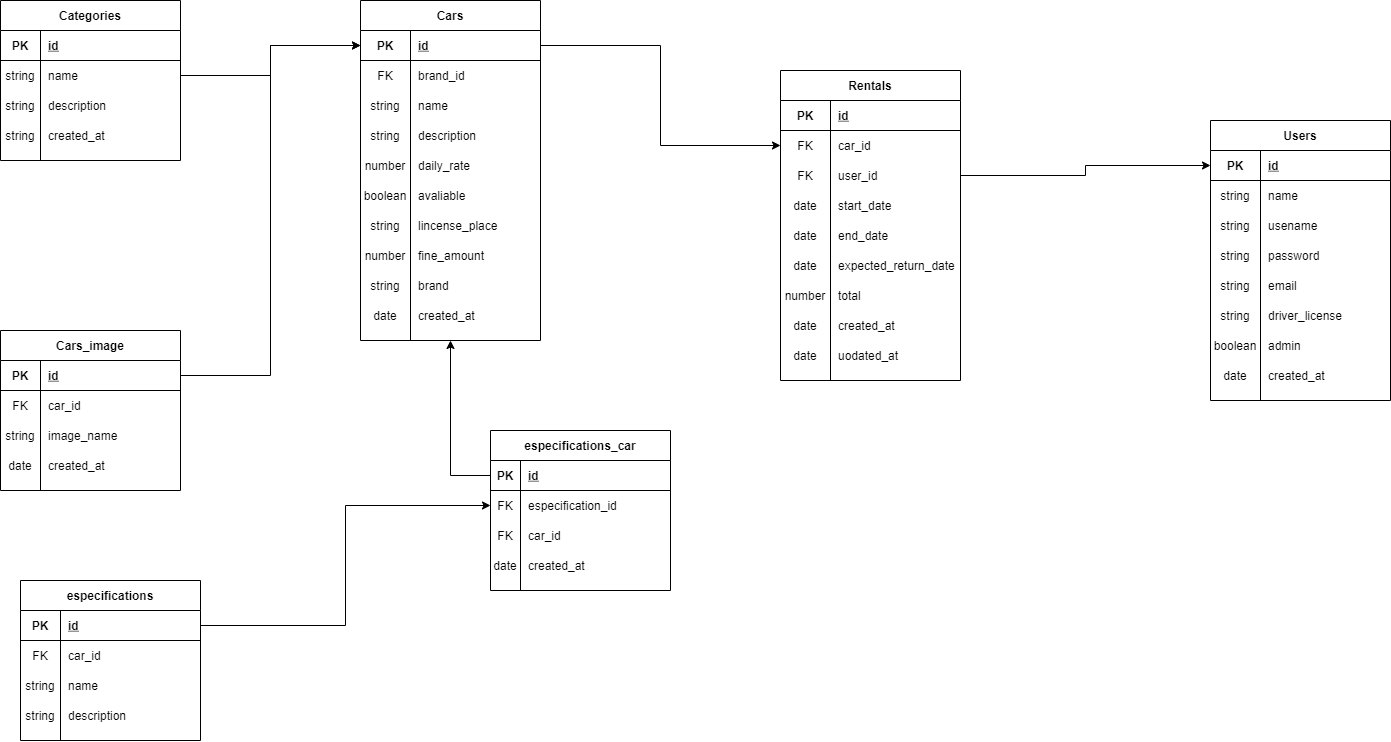
Before: Diagram.png, a diagram exported from draw.io (MatheusFellipi/Estudos_typescript). Source tidied: cells renumbered, new cells last; positions are measured from the earlier drawing's top-left corner, leaving out a move shared by most shapes.
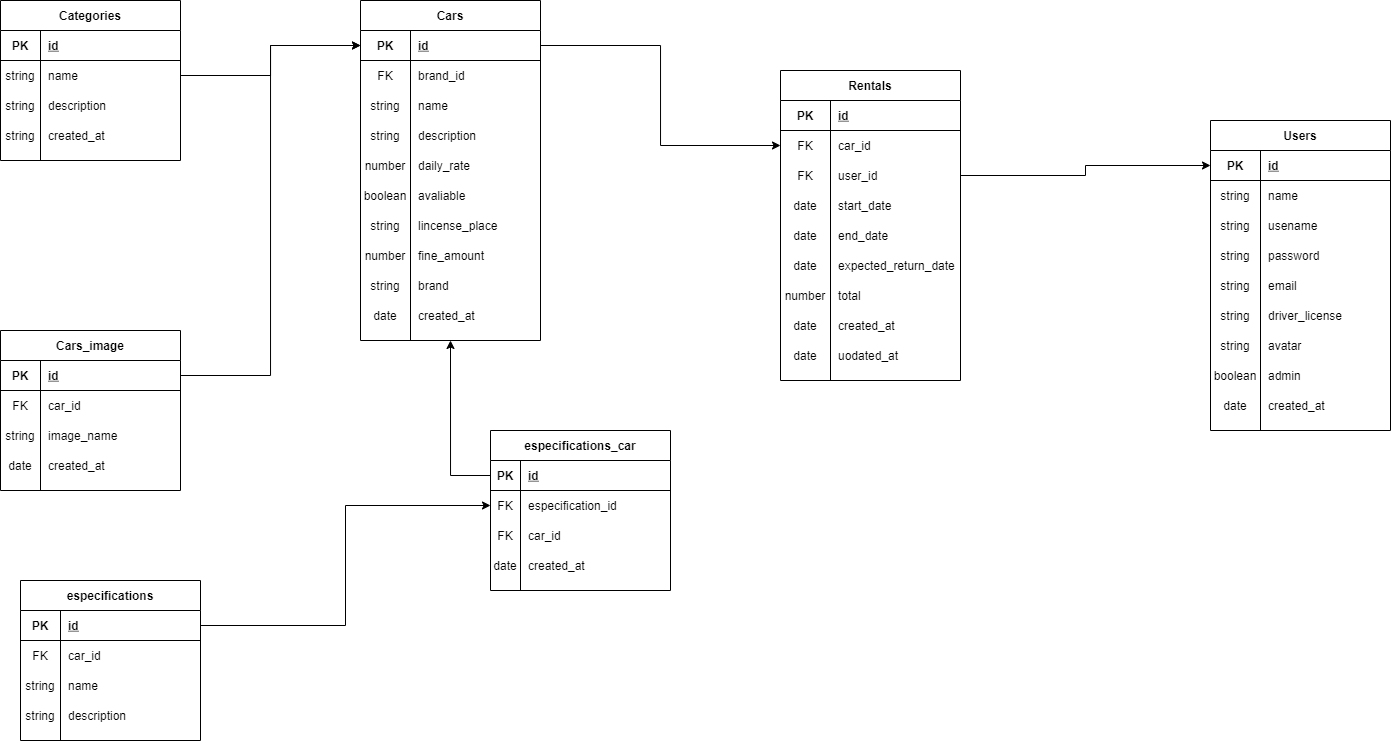
The same file after the commit.

Change to the diagram source:
```diff
@@ -351,7 +351,7 @@
       <mxGeometry relative="1" as="geometry" />
     </mxCell>
     <mxCell id="118" value="Users" style="shape=table;startSize=30;rowLines=0;fontStyle=1;align=center;" parent="1" vertex="1">
-      <mxGeometry x="1210" y="120" width="180" height="280" as="geometry" />
+      <mxGeometry x="1210" y="120" width="180" height="310" as="geometry" />
     </mxCell>
     <mxCell id="119" style="shape=partialRectangle;fillColor=none;top=0;left=0;bottom=1;right=0;points=[[0,0.5],[1,0.5]];portConstraint=eastwest;" parent="118" vertex="1">
       <mxGeometry y="30" width="180" height="30" as="geometry" />
@@ -407,8 +407,17 @@
     <mxCell id="136" value="driver_license" style="shape=partialRectangle;fillColor=none;top=0;left=0;bottom=0;right=0;align=left;spacingLeft=6;overflow=hidden;" parent="134" vertex="1">
       <mxGeometry x="50" width="130" height="30" as="geometry" />
     </mxCell>
+    <mxCell id="144" style="shape=partialRectangle;fillColor=none;top=0;left=0;bottom=0;right=0;" parent="118" vertex="1">
+      <mxGeometry y="210" width="180" height="30" as="geometry" />
+    </mxCell>
+    <mxCell id="145" value="string" style="shape=partialRectangle;fillColor=none;top=0;left=0;bottom=0;right=0;overflow=hidden;" parent="144" vertex="1">
+      <mxGeometry width="50" height="30" as="geometry" />
+    </mxCell>
+    <mxCell id="146" value="avatar" style="shape=partialRectangle;fillColor=none;top=0;left=0;bottom=0;right=0;align=left;spacingLeft=6;overflow=hidden;" parent="144" vertex="1">
+      <mxGeometry x="50" width="130" height="30" as="geometry" />
+    </mxCell>
     <mxCell id="137" style="shape=partialRectangle;fillColor=none;top=0;left=0;bottom=0;right=0;" parent="118" vertex="1">
-      <mxGeometry y="210" width="180" height="30" as="geometry" />
+      <mxGeometry y="240" width="180" height="30" as="geometry" />
     </mxCell>
     <mxCell id="138" value="boolean" style="shape=partialRectangle;fillColor=none;top=0;left=0;bottom=0;right=0;overflow=hidden;" parent="137" vertex="1">
       <mxGeometry width="50" height="30" as="geometry" />
@@ -417,7 +426,7 @@
       <mxGeometry x="50" width="130" height="30" as="geometry" />
     </mxCell>
     <mxCell id="140" style="shape=partialRectangle;fillColor=none;top=0;left=0;bottom=0;right=0;" parent="118" vertex="1">
-      <mxGeometry y="240" width="180" height="30" as="geometry" />
+      <mxGeometry y="270" width="180" height="30" as="geometry" />
     </mxCell>
     <mxCell id="141" value="date" style="shape=partialRectangle;fillColor=none;top=0;left=0;bottom=0;right=0;overflow=hidden;" parent="140" vertex="1">
       <mxGeometry width="50" height="30" as="geometry" />
```
